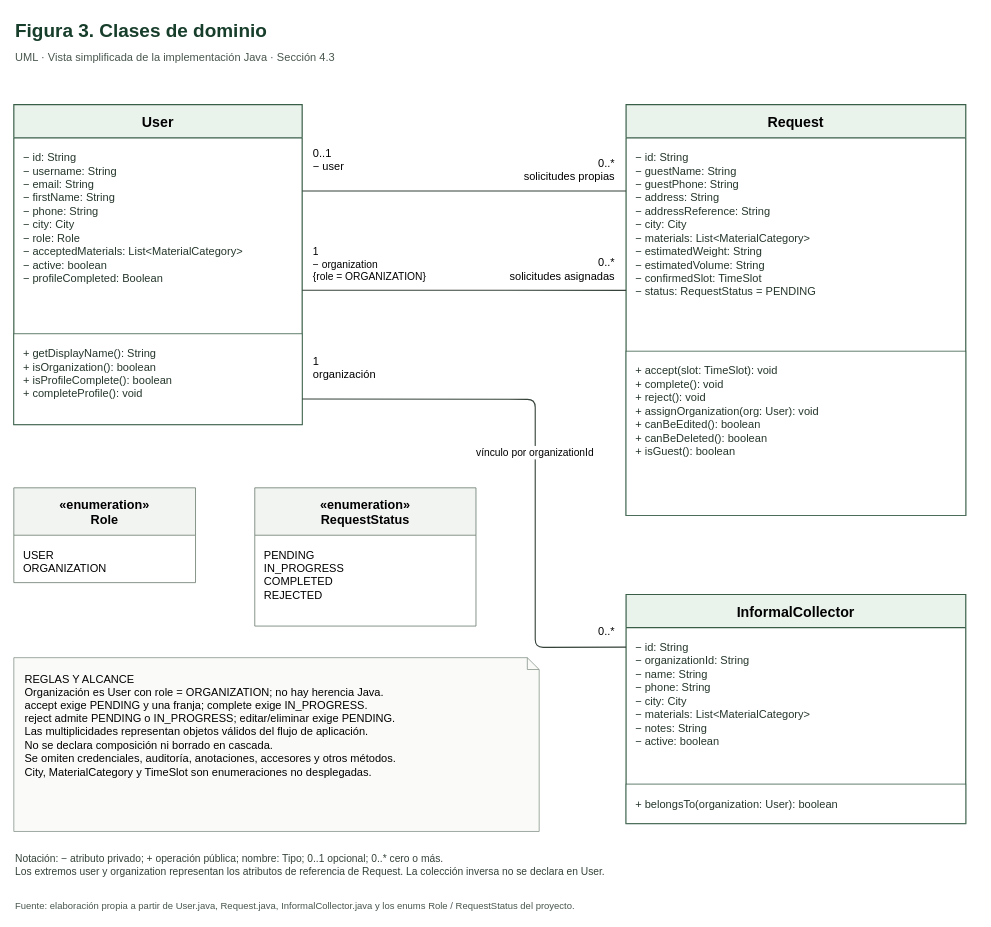
Earlier version of the draw.io diagram docs/diagrams/figura3-clases.drawio (fedegonc/residuosolido). Source tidied: cells renumbered, new cells numbered last; positions are measured from the earlier drawing's top-left corner, leaving out a move shared by most shapes. Both pictures are drawn from the tidied source at 79%, with x=0, y=0 at pixel (13, 13).
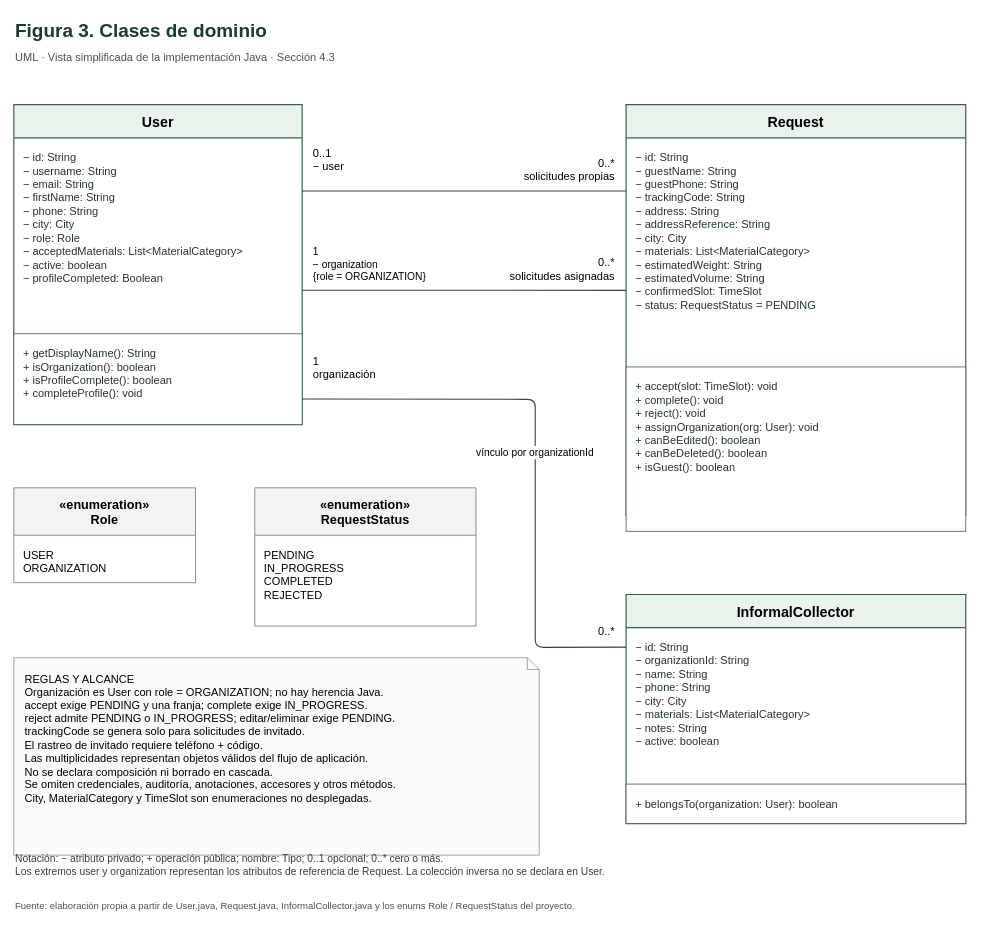
After the change.

Commit message (it also covers changes not shown here):
docs: actualizar diagramas con código de rastreo y relaciones <<include>>

The change refers to these unchanged cells:
```xml
<mxCell id="7" value="Request" style="swimlane;startSize=42;horizontal=1;rounded=0;html=0;fontFamily=Helvetica;fontSize=18;fontStyle=1;fillColor=#eaf2ec;swimlaneFillColor=#ffffff;strokeColor=#395e48;strokeWidth=1.5;" parent="1" vertex="1">
  <mxGeometry x="775" y="115" width="430" height="520" as="geometry" />
</mxCell>
```

Change to the diagram source:
```diff
@@
-    <mxCell id="8" value="− id: String&#10;− guestName: String&#10;− guestPhone: String&#10;− address: String&#10;− addressReference: String&#10;− city: City&#10;− materials: List&lt;MaterialCategory&gt;&#10;− estimatedWeight: String&#10;− estimatedVolume: String&#10;− confirmedSlot: TimeSlot&#10;− status: RequestStatus = PENDING" style="text;html=0;align=left;verticalAlign=top;spacing=12;fontFamily=Helvetica;fontSize=14;fontColor=#25362b;" parent="7" vertex="1">
-      <mxGeometry y="42" width="430" height="270" as="geometry" />
+    <mxCell id="8" value="− id: String&#10;− guestName: String&#10;− guestPhone: String&#10;− trackingCode: String&#10;− address: String&#10;− addressReference: String&#10;− city: City&#10;− materials: List&lt;MaterialCategory&gt;&#10;− estimatedWeight: String&#10;− estimatedVolume: String&#10;− confirmedSlot: TimeSlot&#10;− status: RequestStatus = PENDING" style="text;html=0;align=left;verticalAlign=top;spacing=12;fontFamily=Helvetica;fontSize=14;fontColor=#25362b;" parent="7" vertex="1">
+      <mxGeometry y="42" width="430" height="290" as="geometry" />
     </mxCell>
     <mxCell id="9" value="+ accept(slot: TimeSlot): void&#10;+ complete(): void&#10;+ reject(): void&#10;+ assignOrganization(org: User): void&#10;+ canBeEdited(): boolean&#10;+ canBeDeleted(): boolean&#10;+ isGuest(): boolean" style="rounded=0;html=0;align=left;verticalAlign=top;spacing=12;fontFamily=Helvetica;fontSize=14;fontColor=#25362b;fillColor=#ffffff;strokeColor=#395e48;" parent="7" vertex="1">
-      <mxGeometry y="312" width="430" height="208" as="geometry" />
+      <mxGeometry y="332" width="430" height="208" as="geometry" />
     </mxCell>
@@
-    <mxCell id="26" value="REGLAS Y ALCANCE&#10;Organización es User con role = ORGANIZATION; no hay herencia Java.&#10;accept exige PENDING y una franja; complete exige IN_PROGRESS.&#10;reject admite PENDING o IN_PROGRESS; editar/eliminar exige PENDING.&#10;Las multiplicidades representan objetos válidos del flujo de aplicación.&#10;No se declara composición ni borrado en cascada.&#10;Se omiten credenciales, auditoría, anotaciones, accesores y otros métodos.&#10;City, MaterialCategory y TimeSlot son enumeraciones no desplegadas." style="shape=note;size=15;whiteSpace=wrap;html=0;align=left;verticalAlign=top;spacing=14;fontFamily=Helvetica;fontSize=14;fillColor=#fafbf9;strokeColor=#87948a;" parent="1" vertex="1">
-      <mxGeometry y="815" width="665" height="220" as="geometry" />
+    <mxCell id="26" value="REGLAS Y ALCANCE&#10;Organización es User con role = ORGANIZATION; no hay herencia Java.&#10;accept exige PENDING y una franja; complete exige IN_PROGRESS.&#10;reject admite PENDING o IN_PROGRESS; editar/eliminar exige PENDING.&#10;trackingCode se genera solo para solicitudes de invitado.&#10;El rastreo de invitado requiere teléfono + código.&#10;Las multiplicidades representan objetos válidos del flujo de aplicación.&#10;No se declara composición ni borrado en cascada.&#10;Se omiten credenciales, auditoría, anotaciones, accesores y otros métodos.&#10;City, MaterialCategory y TimeSlot son enumeraciones no desplegadas." style="shape=note;size=15;whiteSpace=wrap;html=0;align=left;verticalAlign=top;spacing=14;fontFamily=Helvetica;fontSize=14;fillColor=#fafbf9;strokeColor=#87948a;" parent="1" vertex="1">
+      <mxGeometry y="815" width="665" height="250" as="geometry" />
     </mxCell>
```
